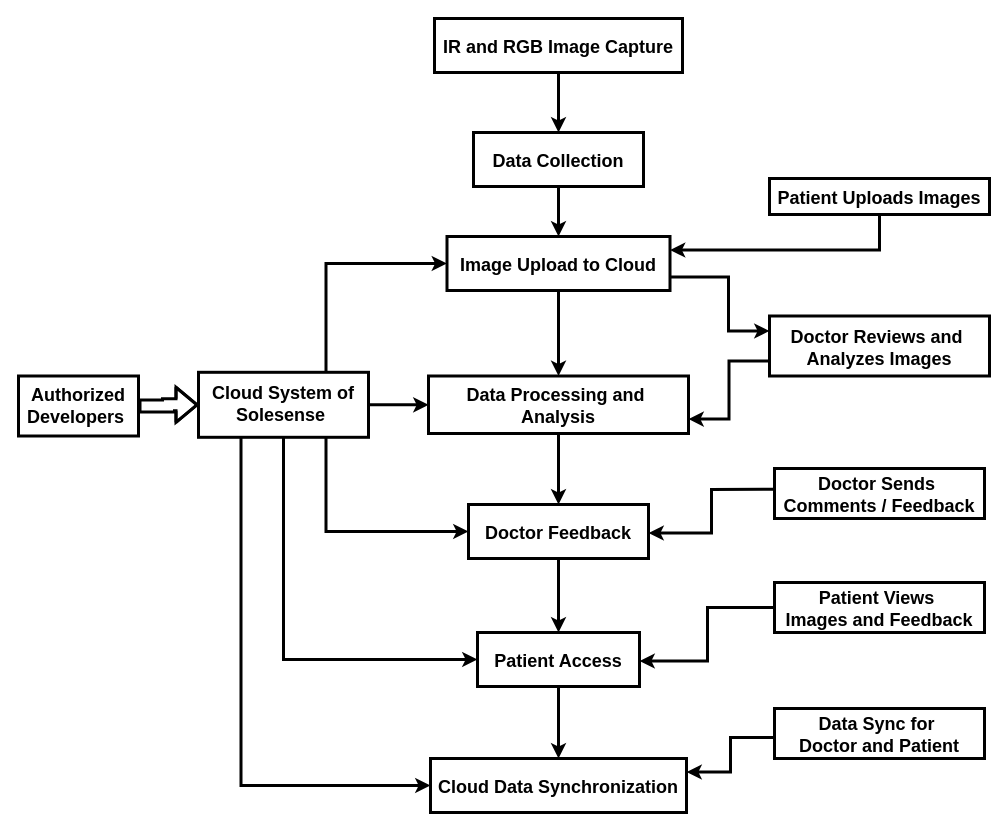
Earlier version of the draw.io diagram Data flow.drawio (Charlie174/Draw.io). Source tidied: cells renumbered, new cells numbered last; positions are measured from the earlier drawing's top-left corner, leaving out a move shared by most shapes. Both pictures are drawn from the tidied source at 100%, with x=0, y=0 at pixel (18, 18).
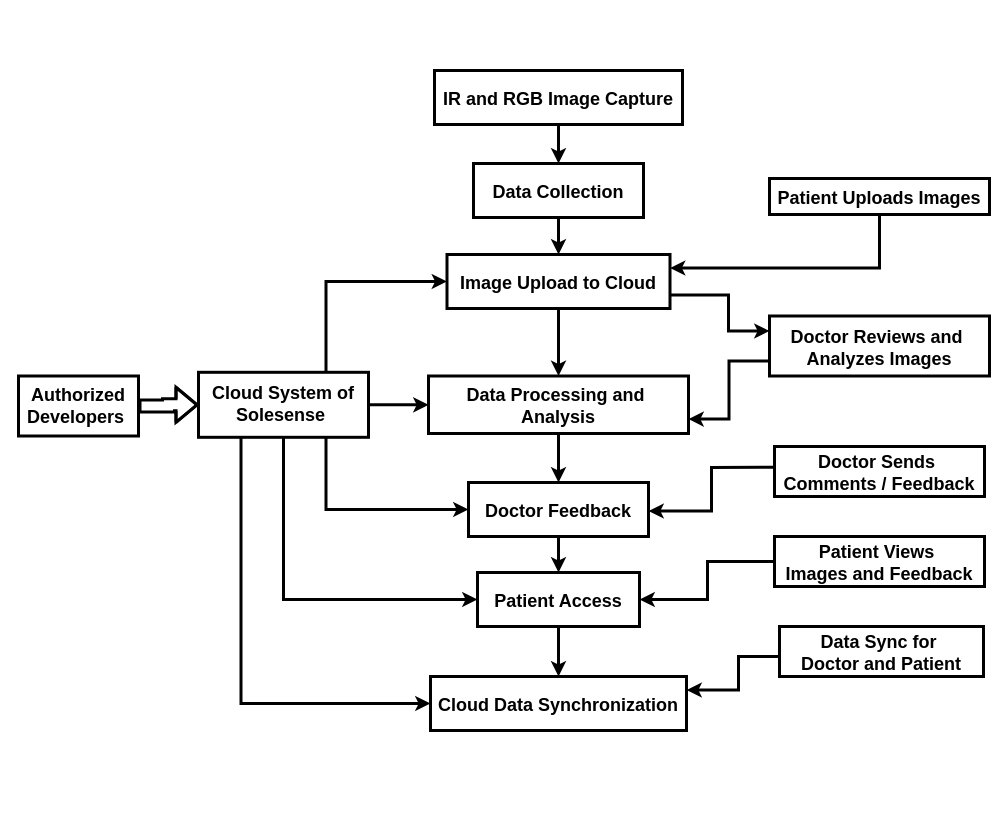
After the change.

Unchanged cells that the change refers to:
```xml
<mxCell id="18" value="Doctor Reviews and &#10;Analyzes Images" style="fillColor=none;strokeColor=default;fontSize=18;strokeWidth=3;fontStyle=1;" parent="1" vertex="1">
  <mxGeometry x="751" y="297.5" width="220" height="60" as="geometry" />
</mxCell>
```

Change to the diagram source:
```diff
@@
     <mxCell id="3" value="Data Collection" style="fillColor=none;strokeColor=default;fontSize=18;strokeWidth=3;fontStyle=1;" parent="1" vertex="1">
-      <mxGeometry x="455" y="114" width="170" height="54" as="geometry" />
+      <mxGeometry x="455" y="145" width="170" height="54" as="geometry" />
     </mxCell>
@@
     <mxCell id="5" style="edgeStyle=orthogonalEdgeStyle;rounded=0;jettySize=auto;html=1;entryX=0;entryY=0.25;entryDx=0;entryDy=0;exitX=1;exitY=0.75;exitDx=0;exitDy=0;fontSize=14;strokeWidth=3;" parent="1" edge="1" source="6" target="18">
       <mxGeometry relative="1" as="geometry">
         <Array as="points">
-          <mxPoint x="710" y="259" />
+          <mxPoint x="710" y="277" />
           <mxPoint x="710" y="313" />
         </Array>
       </mxGeometry>
     </mxCell>
     <mxCell id="6" value="Image Upload to Cloud" style="fillColor=none;strokeColor=default;fontSize=18;strokeWidth=3;fontStyle=1;" parent="1" vertex="1">
-      <mxGeometry x="428.5" y="218" width="223" height="54" as="geometry" />
+      <mxGeometry x="428.5" y="236" width="223" height="54" as="geometry" />
     </mxCell>
@@
     <mxCell id="10" value="Doctor Feedback" style="fillColor=none;strokeColor=default;fontSize=18;strokeWidth=3;fontStyle=1;" parent="1" vertex="1">
-      <mxGeometry x="450" y="486" width="180" height="54" as="geometry" />
+      <mxGeometry x="450" y="464" width="180" height="54" as="geometry" />
     </mxCell>
@@
     <mxCell id="12" value="Patient Access" style="fillColor=none;strokeColor=default;fontSize=18;strokeWidth=3;fontStyle=1;" parent="1" vertex="1">
-      <mxGeometry x="459" y="614" width="162" height="54" as="geometry" />
+      <mxGeometry x="459" y="554" width="162" height="54" as="geometry" />
     </mxCell>
     <mxCell id="13" value="Cloud Data Synchronization" style="fillColor=none;strokeColor=default;fontSize=18;strokeWidth=3;fontStyle=1;" parent="1" vertex="1">
-      <mxGeometry x="412" y="740" width="256" height="54" as="geometry" />
+      <mxGeometry x="412" y="658" width="256" height="54" as="geometry" />
     </mxCell>
@@
     <mxCell id="15" value="IR and RGB Image Capture" style="fillColor=none;strokeColor=default;fontSize=18;strokeWidth=3;fontStyle=1;" parent="1" vertex="1">
-      <mxGeometry x="416" width="248" height="54" as="geometry" />
+      <mxGeometry x="416" y="52" width="248" height="54" as="geometry" />
     </mxCell>
@@
     <mxCell id="19" style="edgeStyle=orthogonalEdgeStyle;rounded=0;jettySize=auto;html=1;entryX=1;entryY=0.25;entryDx=0;entryDy=0;fontSize=18;strokeWidth=3;fontStyle=1;exitX=0.001;exitY=0.417;exitDx=0;exitDy=0;exitPerimeter=0;" parent="1" edge="1" source="20">
       <mxGeometry relative="1" as="geometry">
-        <mxPoint x="630" y="514.5" as="targetPoint" />
+        <mxPoint x="630" y="492.5" as="targetPoint" />
         <Array as="points">
-          <mxPoint x="693" y="471" />
-          <mxPoint x="693" y="515" />
+          <mxPoint x="693" y="449" />
+          <mxPoint x="693" y="493" />
         </Array>
       </mxGeometry>
     </mxCell>
     <mxCell id="20" value="Doctor Sends &#10;Comments / Feedback" style="fillColor=none;strokeColor=default;fontSize=18;strokeWidth=3;fontStyle=1;" parent="1" vertex="1">
-      <mxGeometry x="756" y="450" width="210" height="50" as="geometry" />
+      <mxGeometry x="756" y="428" width="210" height="50" as="geometry" />
     </mxCell>
-    <mxCell id="21" style="edgeStyle=orthogonalEdgeStyle;rounded=0;jettySize=auto;html=1;entryX=1;entryY=0.25;entryDx=0;entryDy=0;fontSize=18;strokeWidth=3;fontStyle=1;exitX=0;exitY=0.5;exitDx=0;exitDy=0;" parent="1" edge="1" source="22">
+    <mxCell id="21" style="edgeStyle=orthogonalEdgeStyle;rounded=0;jettySize=auto;html=1;entryX=1;entryY=0.5;entryDx=0;entryDy=0;fontSize=18;strokeWidth=3;fontStyle=1;exitX=0;exitY=0.5;exitDx=0;exitDy=0;" parent="1" edge="1" source="22" target="12">
       <mxGeometry relative="1" as="geometry">
-        <mxPoint x="621" y="642.5" as="targetPoint" />
         <Array as="points">
-          <mxPoint x="756" y="589" />
-          <mxPoint x="689" y="590" />
-          <mxPoint x="689" y="643" />
+          <mxPoint x="689" y="543" />
+          <mxPoint x="689" y="581" />
         </Array>
       </mxGeometry>
     </mxCell>
     <mxCell id="22" value="Patient Views &#10;Images and Feedback" style="fillColor=none;strokeColor=default;fontSize=18;strokeWidth=3;fontStyle=1;" parent="1" vertex="1">
-      <mxGeometry x="756" y="564" width="210" height="50" as="geometry" />
+      <mxGeometry x="756" y="518" width="210" height="50" as="geometry" />
     </mxCell>
     <mxCell id="23" style="edgeStyle=orthogonalEdgeStyle;rounded=0;jettySize=auto;html=1;entryX=1;entryY=0.25;entryDx=0;entryDy=0;fontSize=18;strokeWidth=3;fontStyle=1;" parent="1" edge="1" source="24" target="13">
       <mxGeometry relative="1" as="geometry">
         <Array as="points">
-          <mxPoint x="712" y="719" />
-          <mxPoint x="712" y="753" />
+          <mxPoint x="720" y="638" />
+          <mxPoint x="720" y="672" />
         </Array>
       </mxGeometry>
     </mxCell>
     <mxCell id="24" value="Data Sync for &#10;Doctor and Patient" style="fillColor=none;strokeColor=default;fontSize=18;strokeWidth=3;fontStyle=1;" parent="1" vertex="1">
-      <mxGeometry x="756" y="690" width="210" height="50" as="geometry" />
+      <mxGeometry x="761" y="608" width="204" height="50" as="geometry" />
     </mxCell>
```
